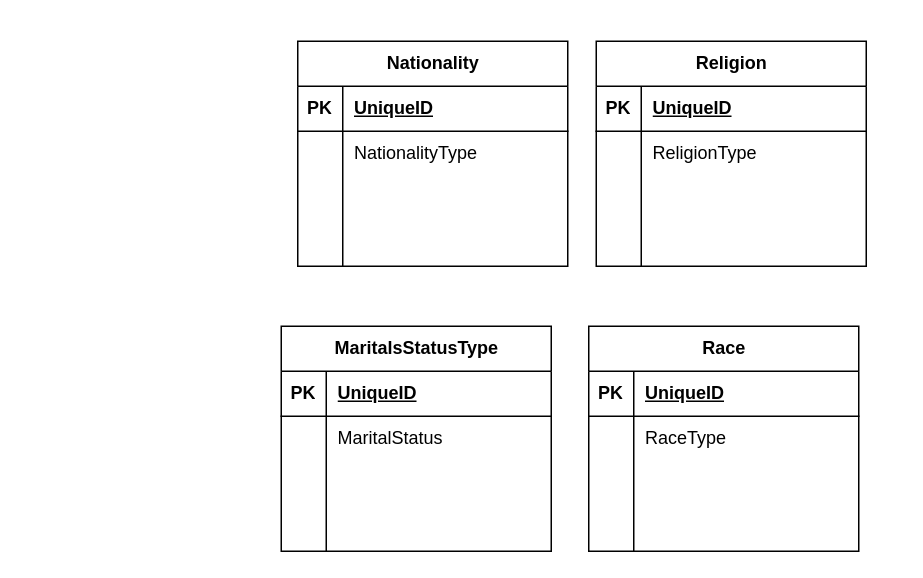
The draw.io diagram GDFHrmsDesignDocs.drawio in ResearchAndDevelopmentSignal/GDFHRMSDesignDocs, before the edit. Source tidied: cells renumbered, new cells numbered last; positions are measured from the earlier drawing's top-left corner, leaving out a move shared by most shapes. Both pictures are drawn from the tidied source at 150%, with x=0, y=0 at pixel (280, 40).
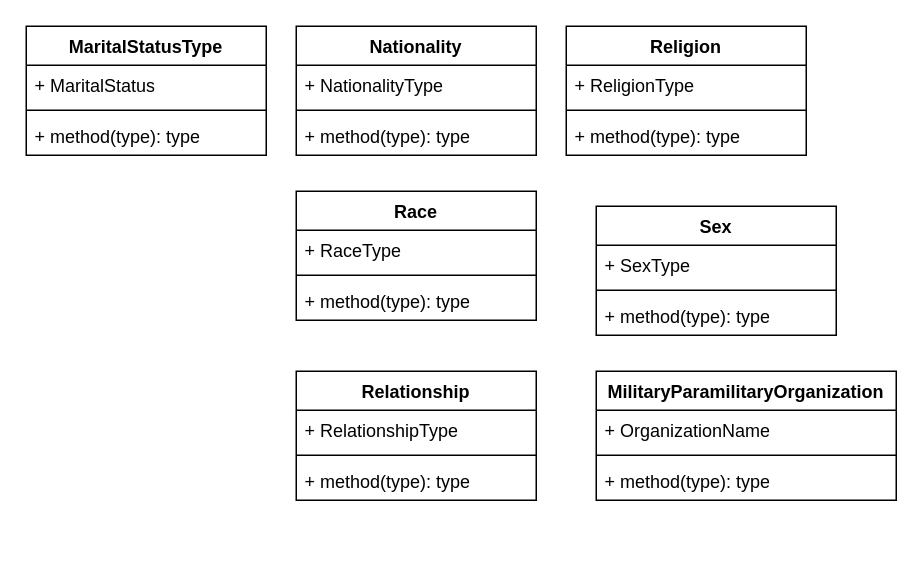
The same page after the edit.

What changed in the source:
```diff
@@
-    <mxCell id="2" value="Nationality" style="shape=table;startSize=30;childLayout=tableLayout;rowLines=0;fontStyle=1;align=center;html=1;" parent="1" vertex="1">
-      <mxGeometry x="11" width="180" height="150" as="geometry" />
+    <mxCell id="2" value="Nationality" style="swimlane;fontStyle=1;align=center;verticalAlign=top;horizontal=1;startSize=26;whiteSpace=wrap;html=1;" parent="1" vertex="1">
+      <mxGeometry x="10" y="-10" width="160" height="86" as="geometry" />
     </mxCell>
-    <mxCell id="3" style="shape=tableRow;horizontal=0;startSize=0;swimlaneHead=0;swimlaneBody=0;fillColor=none;top=0;left=0;right=0;bottom=1;" parent="2" vertex="1">
-      <mxGeometry y="30" width="180" height="30" as="geometry" />
-    </mxCell>
-    <mxCell id="4" value="PK" style="shape=partialRectangle;fillColor=none;top=0;left=0;bottom=0;right=0;fontStyle=1;overflow=hidden;whiteSpace=wrap;html=1;" parent="3" vertex="1">
-      <mxGeometry width="30" height="30" as="geometry" />
-    </mxCell>
-    <mxCell id="5" value="UniqueID" style="shape=partialRectangle;fillColor=none;top=0;left=0;bottom=0;right=0;align=left;spacingLeft=6;fontStyle=5;overflow=hidden;whiteSpace=wrap;html=1;" parent="3" vertex="1">
-      <mxGeometry x="30" width="150" height="30" as="geometry" />
-    </mxCell>
-    <mxCell id="6" style="shape=tableRow;horizontal=0;startSize=0;swimlaneHead=0;swimlaneBody=0;fillColor=none;top=0;left=0;right=0;bottom=0;" parent="2" vertex="1">
-      <mxGeometry y="60" width="180" height="30" as="geometry" />
-    </mxCell>
-    <mxCell id="7" style="shape=partialRectangle;fillColor=none;top=0;left=0;bottom=0;right=0;overflow=hidden;whiteSpace=wrap;html=1;" parent="6" vertex="1">
-      <mxGeometry width="30" height="30" as="geometry" />
-    </mxCell>
-    <mxCell id="8" value="NationalityType" style="shape=partialRectangle;fillColor=none;top=0;left=0;bottom=0;right=0;align=left;spacingLeft=6;overflow=hidden;whiteSpace=wrap;html=1;" parent="6" vertex="1">
-      <mxGeometry x="30" width="150" height="30" as="geometry" />
-    </mxCell>
-    <mxCell id="9" style="shape=tableRow;horizontal=0;startSize=0;swimlaneHead=0;swimlaneBody=0;fillColor=none;top=0;left=0;right=0;bottom=0;" parent="2" vertex="1">
-      <mxGeometry y="90" width="180" height="30" as="geometry" />
-    </mxCell>
-    <mxCell id="10" style="shape=partialRectangle;fillColor=none;top=0;left=0;bottom=0;right=0;overflow=hidden;whiteSpace=wrap;html=1;" parent="9" vertex="1">
-      <mxGeometry width="30" height="30" as="geometry" />
-    </mxCell>
-    <mxCell id="11" style="shape=partialRectangle;fillColor=none;top=0;left=0;bottom=0;right=0;align=left;spacingLeft=6;overflow=hidden;whiteSpace=wrap;html=1;" parent="9" vertex="1">
-      <mxGeometry x="30" width="150" height="30" as="geometry" />
-    </mxCell>
-    <mxCell id="12" style="shape=tableRow;horizontal=0;startSize=0;swimlaneHead=0;swimlaneBody=0;fillColor=none;top=0;left=0;right=0;bottom=0;" parent="2" vertex="1">
-      <mxGeometry y="120" width="180" height="30" as="geometry" />
-    </mxCell>
-    <mxCell id="13" style="shape=partialRectangle;fillColor=none;top=0;left=0;bottom=0;right=0;overflow=hidden;whiteSpace=wrap;html=1;" parent="12" vertex="1">
-      <mxGeometry width="30" height="30" as="geometry" />
-    </mxCell>
-    <mxCell id="14" style="shape=partialRectangle;fillColor=none;top=0;left=0;bottom=0;right=0;align=left;spacingLeft=6;overflow=hidden;whiteSpace=wrap;html=1;" parent="12" vertex="1">
-      <mxGeometry x="30" width="150" height="30" as="geometry" />
-    </mxCell>
+    <mxCell id="54" value="+ NationalityType" style="text;strokeColor=none;fillColor=none;align=left;verticalAlign=top;spacingLeft=4;spacingRight=4;overflow=hidden;whiteSpace=wrap;html=1;" parent="2" vertex="1">
+      <mxGeometry y="26" width="160" height="26" as="geometry" />
+    </mxCell>
+    <mxCell id="55" style="line;strokeWidth=1;fillColor=none;align=left;verticalAlign=middle;spacingTop=-1;spacingLeft=3;spacingRight=3;labelPosition=right;strokeColor=inherit;" parent="2" vertex="1">
+      <mxGeometry y="52" width="160" height="8" as="geometry" />
+    </mxCell>
+    <mxCell id="56" value="+ method(type): type" style="text;strokeColor=none;fillColor=none;align=left;verticalAlign=top;spacingLeft=4;spacingRight=4;overflow=hidden;whiteSpace=wrap;html=1;" parent="2" vertex="1">
+      <mxGeometry y="60" width="160" height="26" as="geometry" />
+    </mxCell>
-    <mxCell id="15" value="Religion" style="shape=table;startSize=30;childLayout=tableLayout;rowLines=0;fontStyle=1;align=center;html=1;" parent="1" vertex="1">
-      <mxGeometry x="210" width="180" height="150" as="geometry" />
+    <mxCell id="15" value="Religion" style="swimlane;fontStyle=1;align=center;verticalAlign=top;horizontal=1;startSize=26;whiteSpace=wrap;html=1;" parent="1" vertex="1">
+      <mxGeometry x="190" y="-10" width="160" height="86" as="geometry" />
     </mxCell>
-    <mxCell id="16" style="shape=tableRow;horizontal=0;startSize=0;swimlaneHead=0;swimlaneBody=0;fillColor=none;top=0;left=0;right=0;bottom=1;" parent="15" vertex="1">
-      <mxGeometry y="30" width="180" height="30" as="geometry" />
-    </mxCell>
-    <mxCell id="17" value="PK" style="shape=partialRectangle;fillColor=none;top=0;left=0;bottom=0;right=0;fontStyle=1;overflow=hidden;whiteSpace=wrap;html=1;" parent="16" vertex="1">
-      <mxGeometry width="30" height="30" as="geometry" />
-    </mxCell>
-    <mxCell id="18" value="UniqueID" style="shape=partialRectangle;fillColor=none;top=0;left=0;bottom=0;right=0;align=left;spacingLeft=6;fontStyle=5;overflow=hidden;whiteSpace=wrap;html=1;" parent="16" vertex="1">
-      <mxGeometry x="30" width="150" height="30" as="geometry" />
-    </mxCell>
-    <mxCell id="19" style="shape=tableRow;horizontal=0;startSize=0;swimlaneHead=0;swimlaneBody=0;fillColor=none;top=0;left=0;right=0;bottom=0;" parent="15" vertex="1">
-      <mxGeometry y="60" width="180" height="30" as="geometry" />
-    </mxCell>
-    <mxCell id="20" style="shape=partialRectangle;fillColor=none;top=0;left=0;bottom=0;right=0;overflow=hidden;whiteSpace=wrap;html=1;" parent="19" vertex="1">
-      <mxGeometry width="30" height="30" as="geometry" />
-    </mxCell>
-    <mxCell id="21" value="ReligionType" style="shape=partialRectangle;fillColor=none;top=0;left=0;bottom=0;right=0;align=left;spacingLeft=6;overflow=hidden;whiteSpace=wrap;html=1;" parent="19" vertex="1">
-      <mxGeometry x="30" width="150" height="30" as="geometry" />
-    </mxCell>
-    <mxCell id="22" style="shape=tableRow;horizontal=0;startSize=0;swimlaneHead=0;swimlaneBody=0;fillColor=none;top=0;left=0;right=0;bottom=0;" parent="15" vertex="1">
-      <mxGeometry y="90" width="180" height="30" as="geometry" />
-    </mxCell>
-    <mxCell id="23" style="shape=partialRectangle;fillColor=none;top=0;left=0;bottom=0;right=0;overflow=hidden;whiteSpace=wrap;html=1;" parent="22" vertex="1">
-      <mxGeometry width="30" height="30" as="geometry" />
-    </mxCell>
-    <mxCell id="24" style="shape=partialRectangle;fillColor=none;top=0;left=0;bottom=0;right=0;align=left;spacingLeft=6;overflow=hidden;whiteSpace=wrap;html=1;" parent="22" vertex="1">
-      <mxGeometry x="30" width="150" height="30" as="geometry" />
-    </mxCell>
-    <mxCell id="25" style="shape=tableRow;horizontal=0;startSize=0;swimlaneHead=0;swimlaneBody=0;fillColor=none;top=0;left=0;right=0;bottom=0;" parent="15" vertex="1">
-      <mxGeometry y="120" width="180" height="30" as="geometry" />
-    </mxCell>
-    <mxCell id="26" style="shape=partialRectangle;fillColor=none;top=0;left=0;bottom=0;right=0;overflow=hidden;whiteSpace=wrap;html=1;" parent="25" vertex="1">
-      <mxGeometry width="30" height="30" as="geometry" />
-    </mxCell>
-    <mxCell id="27" style="shape=partialRectangle;fillColor=none;top=0;left=0;bottom=0;right=0;align=left;spacingLeft=6;overflow=hidden;whiteSpace=wrap;html=1;" parent="25" vertex="1">
-      <mxGeometry x="30" width="150" height="30" as="geometry" />
-    </mxCell>
-    <mxCell id="28" value="MaritalsStatusType" style="shape=table;startSize=30;childLayout=tableLayout;rowLines=0;fontStyle=1;align=center;html=1;" parent="1" vertex="1">
-      <mxGeometry y="190" width="180" height="150" as="geometry" />
-    </mxCell>
-    <mxCell id="29" style="shape=tableRow;horizontal=0;startSize=0;swimlaneHead=0;swimlaneBody=0;fillColor=none;top=0;left=0;right=0;bottom=1;" parent="28" vertex="1">
-      <mxGeometry y="30" width="180" height="30" as="geometry" />
-    </mxCell>
-    <mxCell id="30" value="PK" style="shape=partialRectangle;fillColor=none;top=0;left=0;bottom=0;right=0;fontStyle=1;overflow=hidden;whiteSpace=wrap;html=1;" parent="29" vertex="1">
-      <mxGeometry width="30" height="30" as="geometry" />
-    </mxCell>
-    <mxCell id="31" value="UniqueID" style="shape=partialRectangle;fillColor=none;top=0;left=0;bottom=0;right=0;align=left;spacingLeft=6;fontStyle=5;overflow=hidden;whiteSpace=wrap;html=1;" parent="29" vertex="1">
-      <mxGeometry x="30" width="150" height="30" as="geometry" />
-    </mxCell>
-    <mxCell id="32" style="shape=tableRow;horizontal=0;startSize=0;swimlaneHead=0;swimlaneBody=0;fillColor=none;top=0;left=0;right=0;bottom=0;" parent="28" vertex="1">
-      <mxGeometry y="60" width="180" height="30" as="geometry" />
-    </mxCell>
-    <mxCell id="33" style="shape=partialRectangle;fillColor=none;top=0;left=0;bottom=0;right=0;overflow=hidden;whiteSpace=wrap;html=1;" parent="32" vertex="1">
-      <mxGeometry width="30" height="30" as="geometry" />
-    </mxCell>
-    <mxCell id="34" value="MaritalStatus" style="shape=partialRectangle;fillColor=none;top=0;left=0;bottom=0;right=0;align=left;spacingLeft=6;overflow=hidden;whiteSpace=wrap;html=1;" parent="32" vertex="1">
-      <mxGeometry x="30" width="150" height="30" as="geometry" />
-    </mxCell>
-    <mxCell id="35" style="shape=tableRow;horizontal=0;startSize=0;swimlaneHead=0;swimlaneBody=0;fillColor=none;top=0;left=0;right=0;bottom=0;" parent="28" vertex="1">
-      <mxGeometry y="90" width="180" height="30" as="geometry" />
-    </mxCell>
-    <mxCell id="36" style="shape=partialRectangle;fillColor=none;top=0;left=0;bottom=0;right=0;overflow=hidden;whiteSpace=wrap;html=1;" parent="35" vertex="1">
-      <mxGeometry width="30" height="30" as="geometry" />
-    </mxCell>
-    <mxCell id="37" style="shape=partialRectangle;fillColor=none;top=0;left=0;bottom=0;right=0;align=left;spacingLeft=6;overflow=hidden;whiteSpace=wrap;html=1;" parent="35" vertex="1">
-      <mxGeometry x="30" width="150" height="30" as="geometry" />
-    </mxCell>
-    <mxCell id="38" style="shape=tableRow;horizontal=0;startSize=0;swimlaneHead=0;swimlaneBody=0;fillColor=none;top=0;left=0;right=0;bottom=0;" parent="28" vertex="1">
-      <mxGeometry y="120" width="180" height="30" as="geometry" />
-    </mxCell>
-    <mxCell id="39" style="shape=partialRectangle;fillColor=none;top=0;left=0;bottom=0;right=0;overflow=hidden;whiteSpace=wrap;html=1;" parent="38" vertex="1">
-      <mxGeometry width="30" height="30" as="geometry" />
-    </mxCell>
-    <mxCell id="40" style="shape=partialRectangle;fillColor=none;top=0;left=0;bottom=0;right=0;align=left;spacingLeft=6;overflow=hidden;whiteSpace=wrap;html=1;" parent="38" vertex="1">
-      <mxGeometry x="30" width="150" height="30" as="geometry" />
-    </mxCell>
+    <mxCell id="57" value="+ ReligionType" style="text;strokeColor=none;fillColor=none;align=left;verticalAlign=top;spacingLeft=4;spacingRight=4;overflow=hidden;whiteSpace=wrap;html=1;" parent="15" vertex="1">
+      <mxGeometry y="26" width="160" height="26" as="geometry" />
+    </mxCell>
+    <mxCell id="58" style="line;strokeWidth=1;fillColor=none;align=left;verticalAlign=middle;spacingTop=-1;spacingLeft=3;spacingRight=3;labelPosition=right;strokeColor=inherit;" parent="15" vertex="1">
+      <mxGeometry y="52" width="160" height="8" as="geometry" />
+    </mxCell>
+    <mxCell id="59" value="+ method(type): type" style="text;strokeColor=none;fillColor=none;align=left;verticalAlign=top;spacingLeft=4;spacingRight=4;overflow=hidden;whiteSpace=wrap;html=1;" parent="15" vertex="1">
+      <mxGeometry y="60" width="160" height="26" as="geometry" />
+    </mxCell>
+    <mxCell id="60" value="MaritalStatusType" style="swimlane;fontStyle=1;align=center;verticalAlign=top;horizontal=1;startSize=26;whiteSpace=wrap;html=1;" parent="1" vertex="1">
+      <mxGeometry x="-170" y="-10" width="160" height="86" as="geometry" />
+    </mxCell>
+    <mxCell id="61" value="+ MaritalStatus" style="text;strokeColor=none;fillColor=none;align=left;verticalAlign=top;spacingLeft=4;spacingRight=4;overflow=hidden;whiteSpace=wrap;html=1;" parent="60" vertex="1">
+      <mxGeometry y="26" width="160" height="26" as="geometry" />
+    </mxCell>
+    <mxCell id="62" style="line;strokeWidth=1;fillColor=none;align=left;verticalAlign=middle;spacingTop=-1;spacingLeft=3;spacingRight=3;labelPosition=right;strokeColor=inherit;" parent="60" vertex="1">
+      <mxGeometry y="52" width="160" height="8" as="geometry" />
+    </mxCell>
+    <mxCell id="63" value="+ method(type): type" style="text;strokeColor=none;fillColor=none;align=left;verticalAlign=top;spacingLeft=4;spacingRight=4;overflow=hidden;whiteSpace=wrap;html=1;" parent="60" vertex="1">
+      <mxGeometry y="60" width="160" height="26" as="geometry" />
+    </mxCell>
-    <mxCell id="41" value="Race" style="shape=table;startSize=30;childLayout=tableLayout;rowLines=0;fontStyle=1;align=center;html=1;" parent="1" vertex="1">
-      <mxGeometry x="205" y="190" width="180" height="150" as="geometry" />
+    <mxCell id="41" value="Race" style="swimlane;fontStyle=1;align=center;verticalAlign=top;horizontal=1;startSize=26;whiteSpace=wrap;html=1;" parent="1" vertex="1">
+      <mxGeometry x="10" y="100" width="160" height="86" as="geometry" />
     </mxCell>
-    <mxCell id="42" style="shape=tableRow;horizontal=0;startSize=0;swimlaneHead=0;swimlaneBody=0;fillColor=none;top=0;left=0;right=0;bottom=1;" parent="41" vertex="1">
-      <mxGeometry y="30" width="180" height="30" as="geometry" />
-    </mxCell>
-    <mxCell id="43" value="PK" style="shape=partialRectangle;fillColor=none;top=0;left=0;bottom=0;right=0;fontStyle=1;overflow=hidden;whiteSpace=wrap;html=1;" parent="42" vertex="1">
-      <mxGeometry width="30" height="30" as="geometry" />
-    </mxCell>
-    <mxCell id="44" value="UniqueID" style="shape=partialRectangle;fillColor=none;top=0;left=0;bottom=0;right=0;align=left;spacingLeft=6;fontStyle=5;overflow=hidden;whiteSpace=wrap;html=1;" parent="42" vertex="1">
-      <mxGeometry x="30" width="150" height="30" as="geometry" />
-    </mxCell>
-    <mxCell id="45" style="shape=tableRow;horizontal=0;startSize=0;swimlaneHead=0;swimlaneBody=0;fillColor=none;top=0;left=0;right=0;bottom=0;" parent="41" vertex="1">
-      <mxGeometry y="60" width="180" height="30" as="geometry" />
-    </mxCell>
-    <mxCell id="46" style="shape=partialRectangle;fillColor=none;top=0;left=0;bottom=0;right=0;overflow=hidden;whiteSpace=wrap;html=1;" parent="45" vertex="1">
-      <mxGeometry width="30" height="30" as="geometry" />
-    </mxCell>
-    <mxCell id="47" value="RaceType" style="shape=partialRectangle;fillColor=none;top=0;left=0;bottom=0;right=0;align=left;spacingLeft=6;overflow=hidden;whiteSpace=wrap;html=1;" parent="45" vertex="1">
-      <mxGeometry x="30" width="150" height="30" as="geometry" />
-    </mxCell>
-    <mxCell id="48" style="shape=tableRow;horizontal=0;startSize=0;swimlaneHead=0;swimlaneBody=0;fillColor=none;top=0;left=0;right=0;bottom=0;" parent="41" vertex="1">
-      <mxGeometry y="90" width="180" height="30" as="geometry" />
-    </mxCell>
-    <mxCell id="49" style="shape=partialRectangle;fillColor=none;top=0;left=0;bottom=0;right=0;overflow=hidden;whiteSpace=wrap;html=1;" parent="48" vertex="1">
-      <mxGeometry width="30" height="30" as="geometry" />
-    </mxCell>
-    <mxCell id="50" style="shape=partialRectangle;fillColor=none;top=0;left=0;bottom=0;right=0;align=left;spacingLeft=6;overflow=hidden;whiteSpace=wrap;html=1;" parent="48" vertex="1">
-      <mxGeometry x="30" width="150" height="30" as="geometry" />
-    </mxCell>
-    <mxCell id="51" style="shape=tableRow;horizontal=0;startSize=0;swimlaneHead=0;swimlaneBody=0;fillColor=none;top=0;left=0;right=0;bottom=0;" parent="41" vertex="1">
-      <mxGeometry y="120" width="180" height="30" as="geometry" />
-    </mxCell>
-    <mxCell id="52" style="shape=partialRectangle;fillColor=none;top=0;left=0;bottom=0;right=0;overflow=hidden;whiteSpace=wrap;html=1;" parent="51" vertex="1">
-      <mxGeometry width="30" height="30" as="geometry" />
-    </mxCell>
-    <mxCell id="53" style="shape=partialRectangle;fillColor=none;top=0;left=0;bottom=0;right=0;align=left;spacingLeft=6;overflow=hidden;whiteSpace=wrap;html=1;" parent="51" vertex="1">
-      <mxGeometry x="30" width="150" height="30" as="geometry" />
-    </mxCell>
+    <mxCell id="64" value="+ RaceType" style="text;strokeColor=none;fillColor=none;align=left;verticalAlign=top;spacingLeft=4;spacingRight=4;overflow=hidden;whiteSpace=wrap;html=1;" parent="41" vertex="1">
+      <mxGeometry y="26" width="160" height="26" as="geometry" />
+    </mxCell>
+    <mxCell id="65" style="line;strokeWidth=1;fillColor=none;align=left;verticalAlign=middle;spacingTop=-1;spacingLeft=3;spacingRight=3;labelPosition=right;strokeColor=inherit;" parent="41" vertex="1">
+      <mxGeometry y="52" width="160" height="8" as="geometry" />
+    </mxCell>
+    <mxCell id="66" value="+ method(type): type" style="text;strokeColor=none;fillColor=none;align=left;verticalAlign=top;spacingLeft=4;spacingRight=4;overflow=hidden;whiteSpace=wrap;html=1;" parent="41" vertex="1">
+      <mxGeometry y="60" width="160" height="26" as="geometry" />
+    </mxCell>
+    <mxCell id="67" value="Sex" style="swimlane;fontStyle=1;align=center;verticalAlign=top;horizontal=1;startSize=26;whiteSpace=wrap;html=1;" parent="1" vertex="1">
+      <mxGeometry x="210" y="110" width="160" height="86" as="geometry" />
+    </mxCell>
+    <mxCell id="68" value="+ SexType" style="text;strokeColor=none;fillColor=none;align=left;verticalAlign=top;spacingLeft=4;spacingRight=4;overflow=hidden;whiteSpace=wrap;html=1;" parent="67" vertex="1">
+      <mxGeometry y="26" width="160" height="26" as="geometry" />
+    </mxCell>
+    <mxCell id="69" style="line;strokeWidth=1;fillColor=none;align=left;verticalAlign=middle;spacingTop=-1;spacingLeft=3;spacingRight=3;labelPosition=right;strokeColor=inherit;" parent="67" vertex="1">
+      <mxGeometry y="52" width="160" height="8" as="geometry" />
+    </mxCell>
+    <mxCell id="70" value="+ method(type): type" style="text;strokeColor=none;fillColor=none;align=left;verticalAlign=top;spacingLeft=4;spacingRight=4;overflow=hidden;whiteSpace=wrap;html=1;" parent="67" vertex="1">
+      <mxGeometry y="60" width="160" height="26" as="geometry" />
+    </mxCell>
+    <mxCell id="71" value="Relationship" style="swimlane;fontStyle=1;align=center;verticalAlign=top;horizontal=1;startSize=26;whiteSpace=wrap;html=1;" parent="1" vertex="1">
+      <mxGeometry x="10" y="220" width="160" height="86" as="geometry" />
+    </mxCell>
+    <mxCell id="72" value="+ RelationshipType" style="text;strokeColor=none;fillColor=none;align=left;verticalAlign=top;spacingLeft=4;spacingRight=4;overflow=hidden;whiteSpace=wrap;html=1;" parent="71" vertex="1">
+      <mxGeometry y="26" width="160" height="26" as="geometry" />
+    </mxCell>
+    <mxCell id="73" style="line;strokeWidth=1;fillColor=none;align=left;verticalAlign=middle;spacingTop=-1;spacingLeft=3;spacingRight=3;labelPosition=right;strokeColor=inherit;" parent="71" vertex="1">
+      <mxGeometry y="52" width="160" height="8" as="geometry" />
+    </mxCell>
+    <mxCell id="74" value="+ method(type): type" style="text;strokeColor=none;fillColor=none;align=left;verticalAlign=top;spacingLeft=4;spacingRight=4;overflow=hidden;whiteSpace=wrap;html=1;" parent="71" vertex="1">
+      <mxGeometry y="60" width="160" height="26" as="geometry" />
+    </mxCell>
+    <mxCell id="75" value="MilitaryParamilitaryOrganization&lt;br&gt;" style="swimlane;fontStyle=1;align=center;verticalAlign=top;horizontal=1;startSize=26;whiteSpace=wrap;html=1;" parent="1" vertex="1">
+      <mxGeometry x="210" y="220" width="200" height="86" as="geometry" />
+    </mxCell>
+    <mxCell id="76" value="+ OrganizationName" style="text;strokeColor=none;fillColor=none;align=left;verticalAlign=top;spacingLeft=4;spacingRight=4;overflow=hidden;whiteSpace=wrap;html=1;" parent="75" vertex="1">
+      <mxGeometry y="26" width="200" height="26" as="geometry" />
+    </mxCell>
+    <mxCell id="77" style="line;strokeWidth=1;fillColor=none;align=left;verticalAlign=middle;spacingTop=-1;spacingLeft=3;spacingRight=3;labelPosition=right;strokeColor=inherit;" parent="75" vertex="1">
+      <mxGeometry y="52" width="200" height="8" as="geometry" />
+    </mxCell>
+    <mxCell id="78" value="+ method(type): type" style="text;strokeColor=none;fillColor=none;align=left;verticalAlign=top;spacingLeft=4;spacingRight=4;overflow=hidden;whiteSpace=wrap;html=1;" parent="75" vertex="1">
+      <mxGeometry y="60" width="200" height="26" as="geometry" />
+    </mxCell>
```
